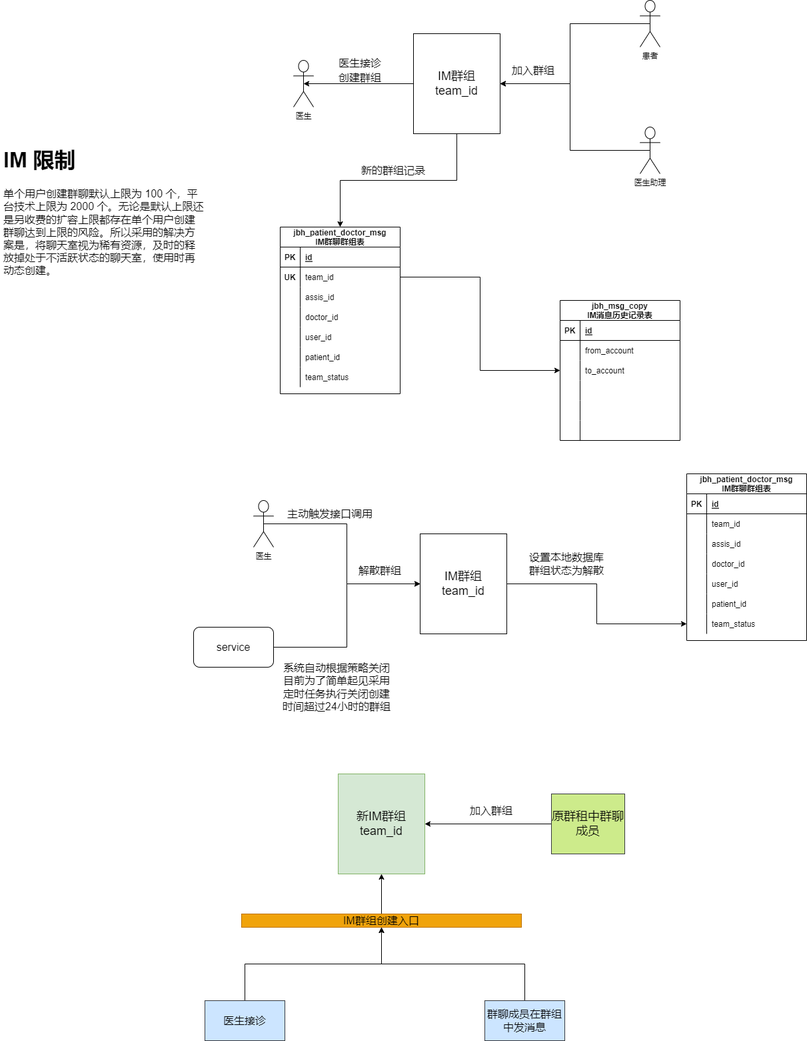
Before: jbh/群组解散.png, a diagram exported from draw.io (GitHeP/diagrams). Source tidied: cells renumbered, new cells last; positions are measured from the earlier drawing's top-left corner, leaving out a move shared by most shapes.
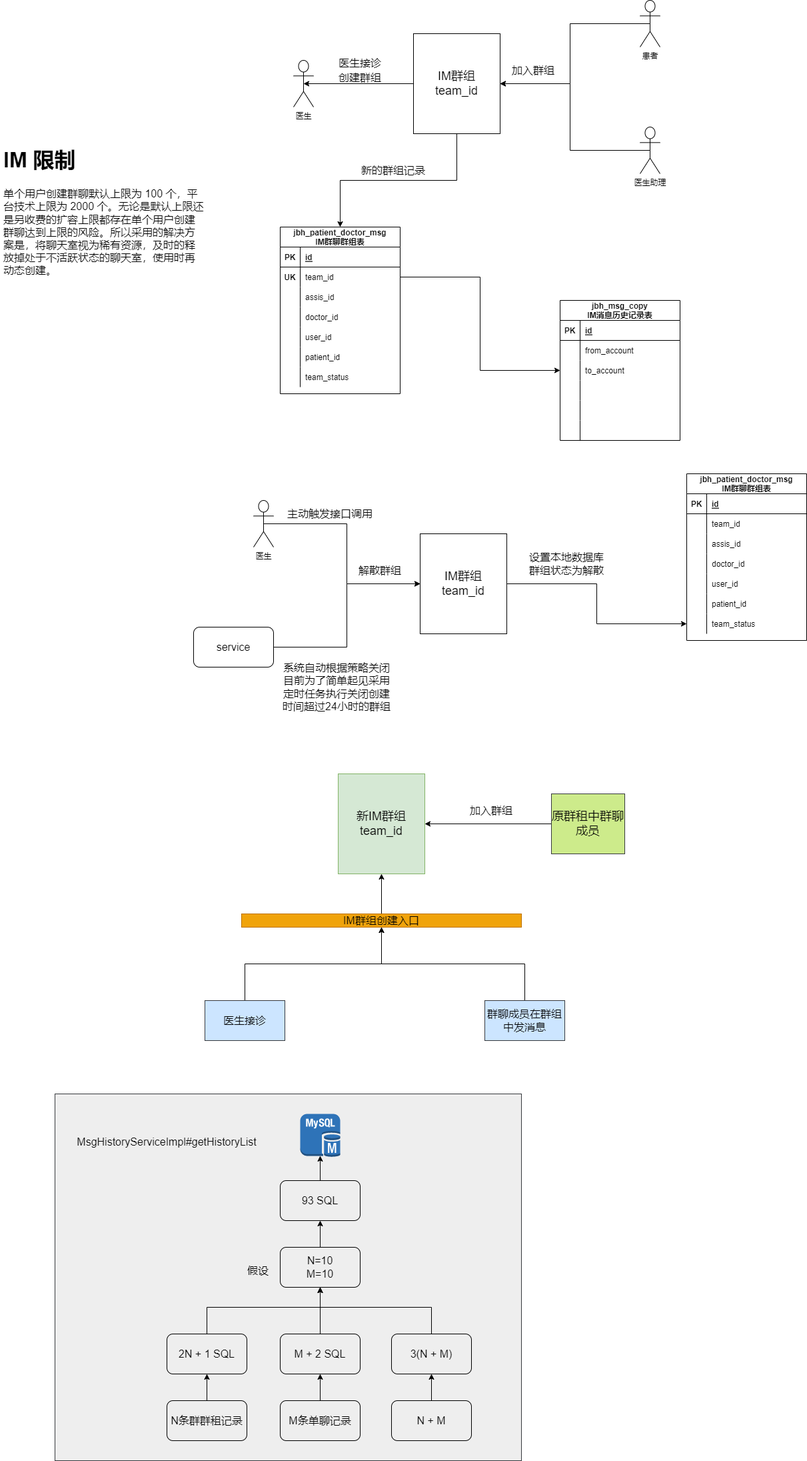
The same diagram one commit later.

Change to the diagram source:
```diff
@@ -296,5 +296,75 @@
     <mxCell id="99" value="&lt;font style=&quot;font-size: 16px;&quot;&gt;加入群组&lt;/font&gt;" style="text;html=1;strokeColor=none;fillColor=none;align=center;verticalAlign=middle;whiteSpace=wrap;rounded=0;fontSize=18;" parent="1" vertex="1">
       <mxGeometry x="697" y="1200" width="80" height="30" as="geometry" />
     </mxCell>
+    <mxCell id="100" style="rounded=0;whiteSpace=wrap;html=1;fontSize=16;strokeWidth=1;fillColor=#eeeeee;strokeColor=#36393d;" parent="1" vertex="1">
+      <mxGeometry x="82" y="1640" width="700" height="550" as="geometry" />
+    </mxCell>
+    <mxCell id="101" style="edgeStyle=orthogonalEdgeStyle;rounded=0;jettySize=auto;html=1;entryX=0.5;entryY=1;entryDx=0;entryDy=0;fontSize=16;" parent="1" edge="1" source="102" target="104">
+      <mxGeometry relative="1" as="geometry" />
+    </mxCell>
+    <mxCell id="102" value="N条群群租记录" style="rounded=1;whiteSpace=wrap;html=1;fontSize=16;strokeWidth=1;fillColor=none;" parent="1" vertex="1">
+      <mxGeometry x="250" y="2100" width="120" height="60" as="geometry" />
+    </mxCell>
+    <mxCell id="103" style="edgeStyle=orthogonalEdgeStyle;rounded=0;jettySize=auto;html=1;exitX=0.5;exitY=0;exitDx=0;exitDy=0;fontSize=16;" parent="1" edge="1" source="104" target="114">
+      <mxGeometry relative="1" as="geometry">
+        <Array as="points">
+          <mxPoint x="310" y="1960" />
+          <mxPoint x="480" y="1960" />
+        </Array>
+      </mxGeometry>
+    </mxCell>
+    <mxCell id="104" value="2N + 1 SQL" style="rounded=1;whiteSpace=wrap;html=1;fontSize=16;strokeWidth=1;fillColor=none;" parent="1" vertex="1">
+      <mxGeometry x="250" y="2000" width="120" height="60" as="geometry" />
+    </mxCell>
+    <mxCell id="105" style="edgeStyle=orthogonalEdgeStyle;rounded=0;jettySize=auto;html=1;entryX=0.5;entryY=1;entryDx=0;entryDy=0;fontSize=16;" parent="1" edge="1" source="106" target="108">
+      <mxGeometry relative="1" as="geometry" />
+    </mxCell>
+    <mxCell id="106" value="M条单聊记录" style="rounded=1;whiteSpace=wrap;html=1;fontSize=16;strokeWidth=1;fillColor=none;" parent="1" vertex="1">
+      <mxGeometry x="420" y="2100" width="120" height="60" as="geometry" />
+    </mxCell>
+    <mxCell id="107" style="edgeStyle=orthogonalEdgeStyle;rounded=0;jettySize=auto;html=1;exitX=0.5;exitY=0;exitDx=0;exitDy=0;entryX=0.5;entryY=1;entryDx=0;entryDy=0;fontSize=16;" parent="1" edge="1" source="108" target="114">
+      <mxGeometry relative="1" as="geometry" />
+    </mxCell>
+    <mxCell id="108" value="M + 2 SQL" style="rounded=1;whiteSpace=wrap;html=1;fontSize=16;strokeWidth=1;fillColor=none;" parent="1" vertex="1">
+      <mxGeometry x="420" y="2000" width="120" height="60" as="geometry" />
+    </mxCell>
+    <mxCell id="109" style="edgeStyle=orthogonalEdgeStyle;rounded=0;jettySize=auto;html=1;fontSize=16;" parent="1" edge="1" source="110" target="112">
+      <mxGeometry relative="1" as="geometry" />
+    </mxCell>
+    <mxCell id="110" value="N + M" style="rounded=1;whiteSpace=wrap;html=1;fontSize=16;strokeWidth=1;fillColor=none;" parent="1" vertex="1">
+      <mxGeometry x="587" y="2100" width="120" height="60" as="geometry" />
+    </mxCell>
+    <mxCell id="111" style="edgeStyle=orthogonalEdgeStyle;rounded=0;jettySize=auto;html=1;entryX=0.5;entryY=1;entryDx=0;entryDy=0;fontSize=16;" parent="1" edge="1" source="112" target="114">
+      <mxGeometry relative="1" as="geometry">
+        <Array as="points">
+          <mxPoint x="647" y="1960" />
+          <mxPoint x="480" y="1960" />
+        </Array>
+      </mxGeometry>
+    </mxCell>
+    <mxCell id="112" value="3(N + M)" style="rounded=1;whiteSpace=wrap;html=1;fontSize=16;strokeWidth=1;fillColor=none;" parent="1" vertex="1">
+      <mxGeometry x="587" y="2000" width="120" height="60" as="geometry" />
+    </mxCell>
+    <mxCell id="113" style="edgeStyle=orthogonalEdgeStyle;rounded=0;jettySize=auto;html=1;fontSize=16;" parent="1" edge="1" source="114" target="116">
+      <mxGeometry relative="1" as="geometry" />
+    </mxCell>
+    <mxCell id="114" value="N=10&lt;br&gt;M=10" style="whiteSpace=wrap;html=1;fontSize=16;fillColor=none;rounded=1;strokeWidth=1;" parent="1" vertex="1">
+      <mxGeometry x="420" y="1870" width="120" height="60" as="geometry" />
+    </mxCell>
+    <mxCell id="115" style="edgeStyle=orthogonalEdgeStyle;rounded=0;jettySize=auto;html=1;exitX=0.5;exitY=0;exitDx=0;exitDy=0;entryX=0.5;entryY=0.975;entryDx=0;entryDy=0;entryPerimeter=0;fontSize=16;" parent="1" edge="1" source="116" target="117">
+      <mxGeometry relative="1" as="geometry" />
+    </mxCell>
+    <mxCell id="116" value="93 SQL" style="whiteSpace=wrap;html=1;fontSize=16;fillColor=none;rounded=1;strokeWidth=1;" parent="1" vertex="1">
+      <mxGeometry x="420" y="1770" width="120" height="60" as="geometry" />
+    </mxCell>
+    <mxCell id="117" style="outlineConnect=0;dashed=0;verticalLabelPosition=bottom;verticalAlign=top;align=center;html=1;shape=mxgraph.aws3.mysql_db_instance;fillColor=#2E73B8;gradientColor=none;fontSize=16;strokeWidth=1;" parent="1" vertex="1">
+      <mxGeometry x="450" y="1670" width="60" height="64.5" as="geometry" />
+    </mxCell>
+    <mxCell id="118" value="MsgHistoryServiceImpl#getHistoryList" style="text;html=1;strokeColor=none;fillColor=none;align=center;verticalAlign=middle;whiteSpace=wrap;rounded=0;fontSize=16;" parent="1" vertex="1">
+      <mxGeometry x="130" y="1693.5" width="240" height="36.5" as="geometry" />
+    </mxCell>
+    <mxCell id="119" value="假设" style="text;html=1;strokeColor=none;fillColor=none;align=center;verticalAlign=middle;whiteSpace=wrap;rounded=0;fontSize=16;" parent="1" vertex="1">
+      <mxGeometry x="362" y="1890" width="50" height="30" as="geometry" />
+    </mxCell>
   </root>
 </mxGraphModel>
```
